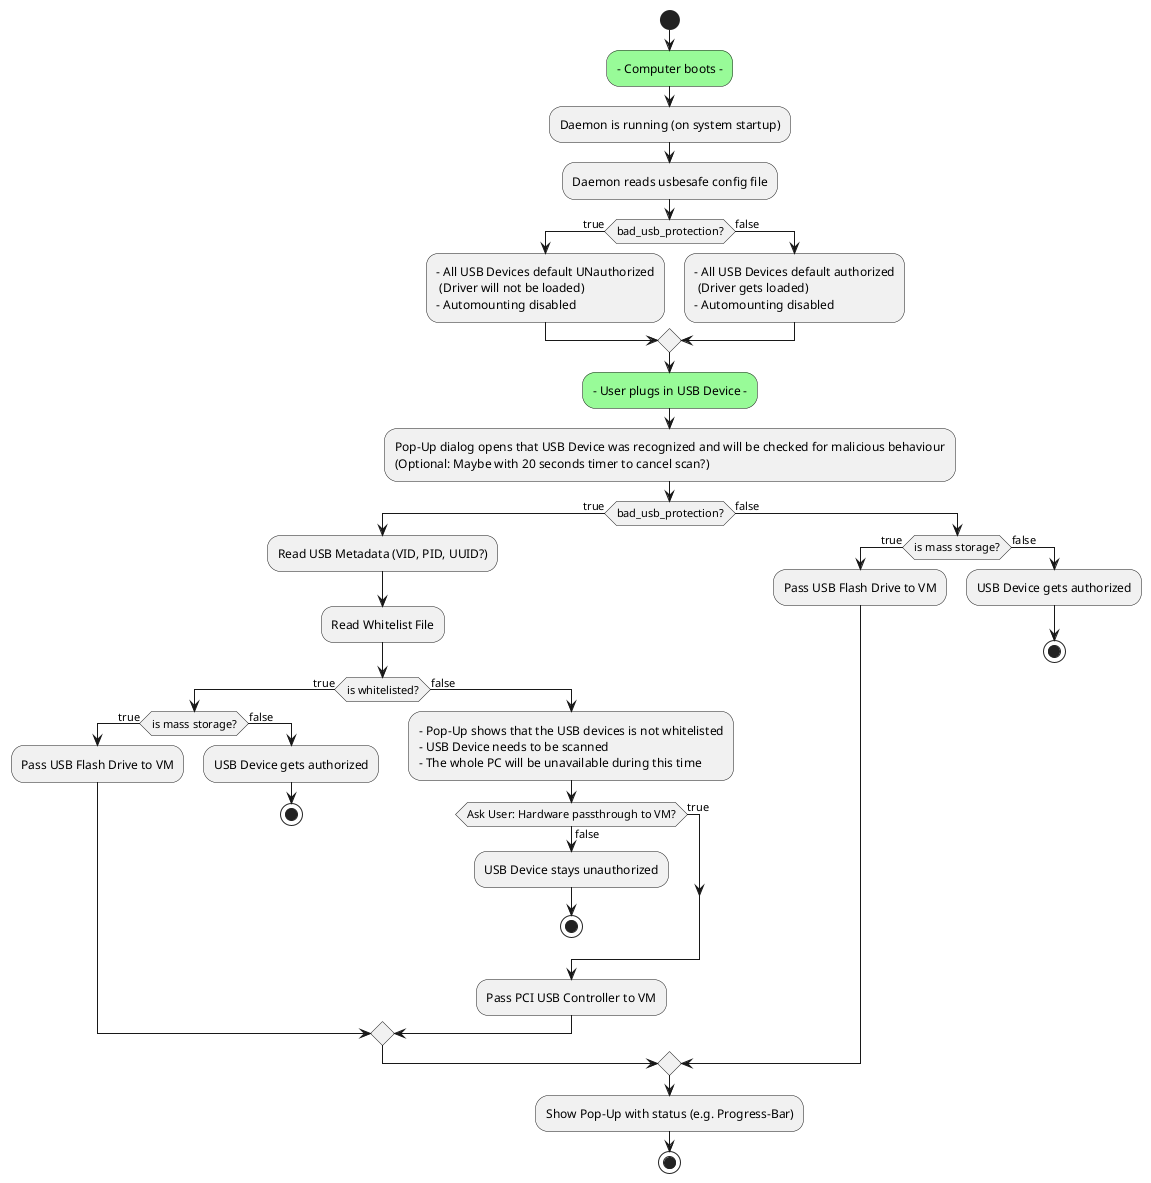
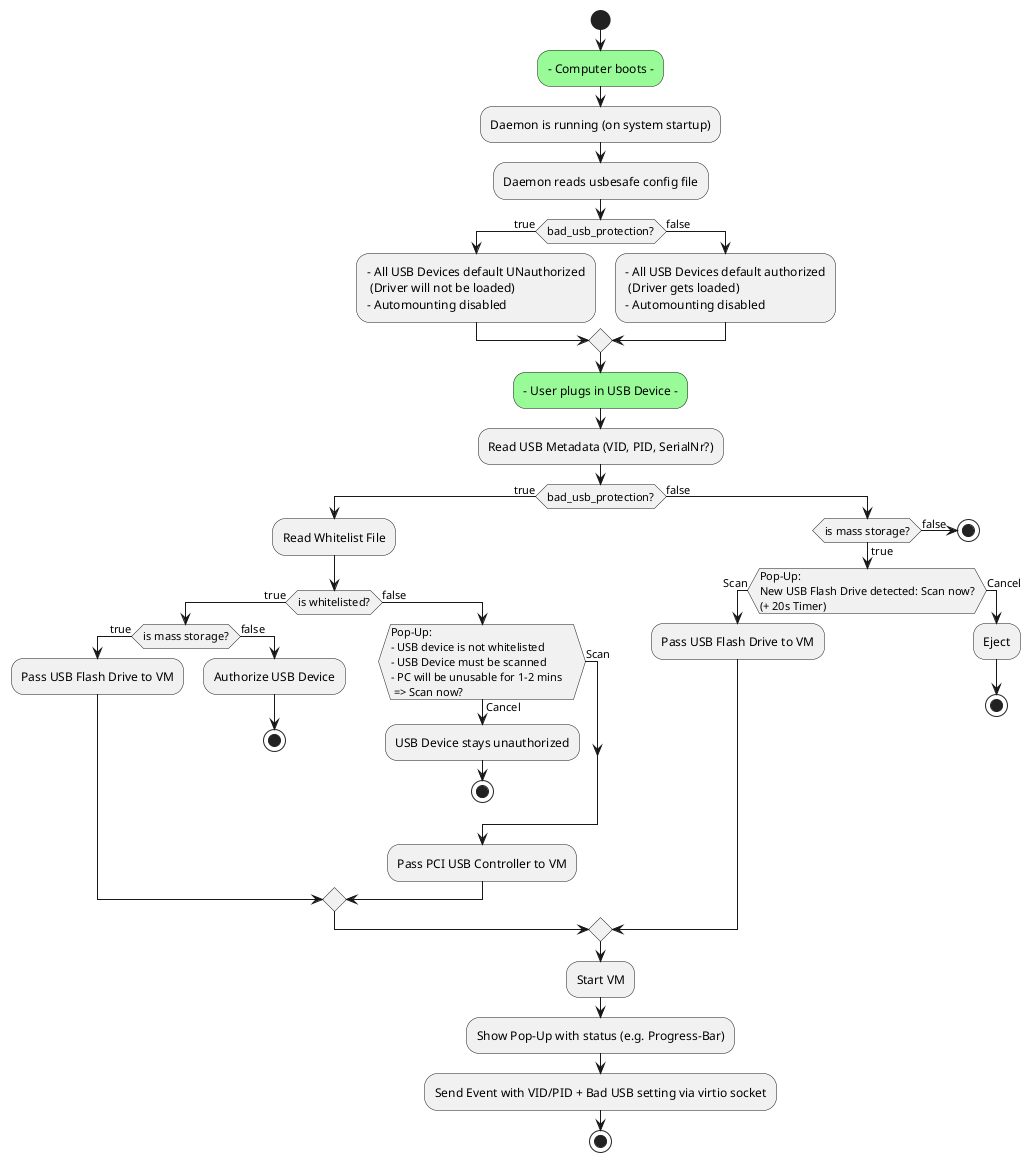
@startuml
'https://plantuml.com/activity-diagram-beta

start
#palegreen:- Computer boots -;
:Daemon is running (on system startup);
:Daemon reads usbesafe config file;
if (bad_usb_protection?) then (true)
:- All USB Devices default UNauthorized\n (Driver will not be loaded)\n- Automounting disabled;
else (false)
:- All USB Devices default authorized\n (Driver gets loaded)\n- Automounting disabled;
endif

#palegreen:- User plugs in USB Device -;

- :Pop-Up dialog opens that USB Device was recognized and will be checked for malicious behaviour\n(Optional: Maybe with 20 seconds timer to cancel scan?);
+ :Read USB Metadata (VID, PID, SerialNr?);

if (bad_usb_protection?) then (true)
-     :Read USB Metadata (VID, PID, UUID?);
    :Read Whitelist File;
    if (is whitelisted?) then (true)
        if (is mass storage?) then (true)
            :Pass USB Flash Drive to VM;
        else (false)
-             :USB Device gets authorized;
+             :Authorize USB Device;
            stop
        endif
    else (false)
-         :- Pop-Up shows that the USB devices is not whitelisted\n- USB Device needs to be scanned\n- The whole PC will be unavailable during this time;
-         if (Ask User: Hardware passthrough to VM?) then (true)
- 
-         else (false)
+         if (Pop-Up:\n- USB device is not whitelisted\n- USB Device must be scanned\n- PC will be unusable for 1-2 mins\t\n => Scan now?) then (Scan)
+         else (Cancel)
            :USB Device stays unauthorized;
            stop
        endif
        :Pass PCI USB Controller to VM;
    endif
else (false)
    if (is mass storage?) then (true)
-         :Pass USB Flash Drive to VM;
+         if (Pop-Up:\nNew USB Flash Drive detected: Scan now?\n(+ 20s Timer)) then (Scan)
+             :Pass USB Flash Drive to VM;
+         else (Cancel)
+             :Eject;
+             stop
+         endif
    else (false)
-         :USB Device gets authorized;
        stop
    endif
endif
- 
+ :Start VM;
:Show Pop-Up with status (e.g. Progress-Bar);
+ :Send Event with VID/PID + Bad USB setting via virtio socket;
stop

@enduml
